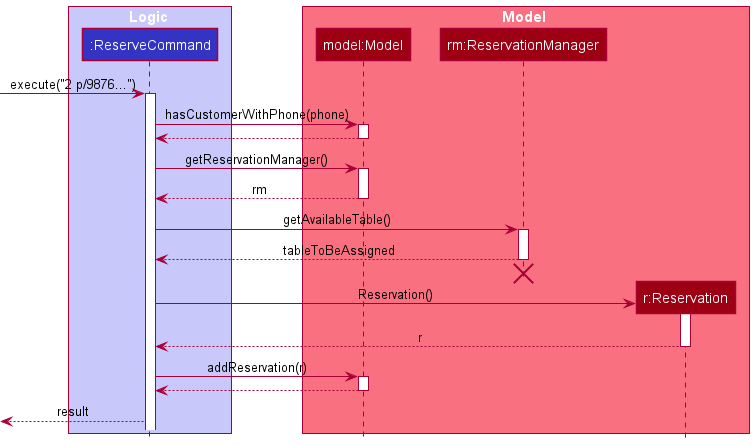
nus-cs2103-AY2122S1/tp keeps this PlantUML diagram as docs/images/AddReservationCommandSequenceDiagram.png. Above is the earlier version. Source of this version:
```plantuml
@startuml
!include style.puml

box Logic LOGIC_COLOR_T1
participant ":ReserveCommand" as ReserveCommand LOGIC_COLOR

end box

box Model MODEL_COLOR_T1
participant "model:Model" as Model MODEL_COLOR
participant "rm:ReservationManager" as ReservationManager MODEL_COLOR
participant "r:Reservation" as Reservation MODEL_COLOR
end box

[-> ReserveCommand : execute("2 p/9876...")
activate ReserveCommand

ReserveCommand -> Model : hasCustomerWithPhone(phone)
activate Model

Model --> ReserveCommand
deactivate Model

ReserveCommand -> Model : getReservationManager()
activate Model

Model --> ReserveCommand : rm
deactivate Model

ReserveCommand -> ReservationManager : getAvailableTable()
activate ReservationManager

ReservationManager --> ReserveCommand : tableToBeAssigned
deactivate ReservationManager

ReserveCommand -[hidden]-> ReservationManager
destroy ReservationManager

create Reservation
ReserveCommand -> Reservation : Reservation()
activate Reservation

Reservation --> ReserveCommand: r
deactivate Reservation

ReserveCommand -> Model : addReservation(r)
activate Model

Model --> ReserveCommand
deactivate Model

ReserveCommand -->[ : result

@enduml
```
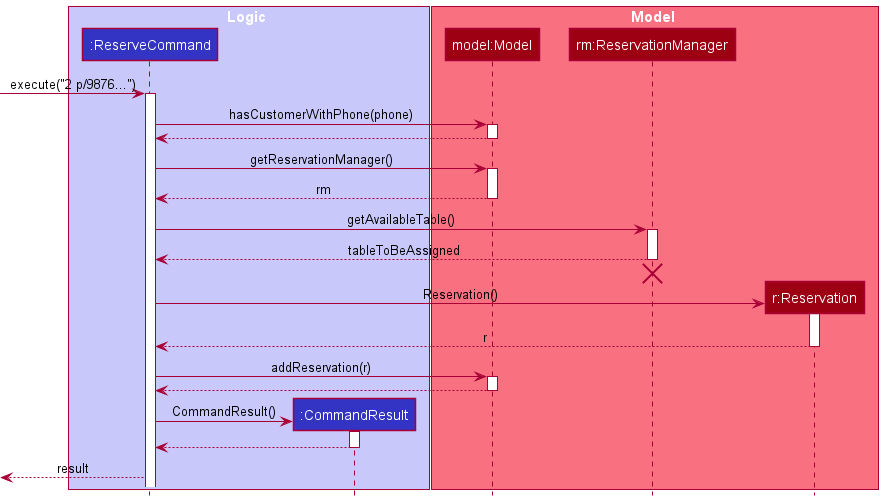
After the commit.

Commit message:
add differences of reserve command in DG

The edit, as a diff of the source:
```diff
@@ -3,7 +3,7 @@
 
 box Logic LOGIC_COLOR_T1
 participant ":ReserveCommand" as ReserveCommand LOGIC_COLOR
-
+participant ":CommandResult" as CommandResult LOGIC_COLOR
 end box
 
 box Model MODEL_COLOR_T1
@@ -49,6 +49,13 @@
 Model --> ReserveCommand
 deactivate Model
 
+create CommandResult
+ReserveCommand -> CommandResult : CommandResult()
+activate CommandResult
+
+CommandResult --> ReserveCommand
+deactivate CommandResult
+
 ReserveCommand -->[ : result
 
 @enduml
```
